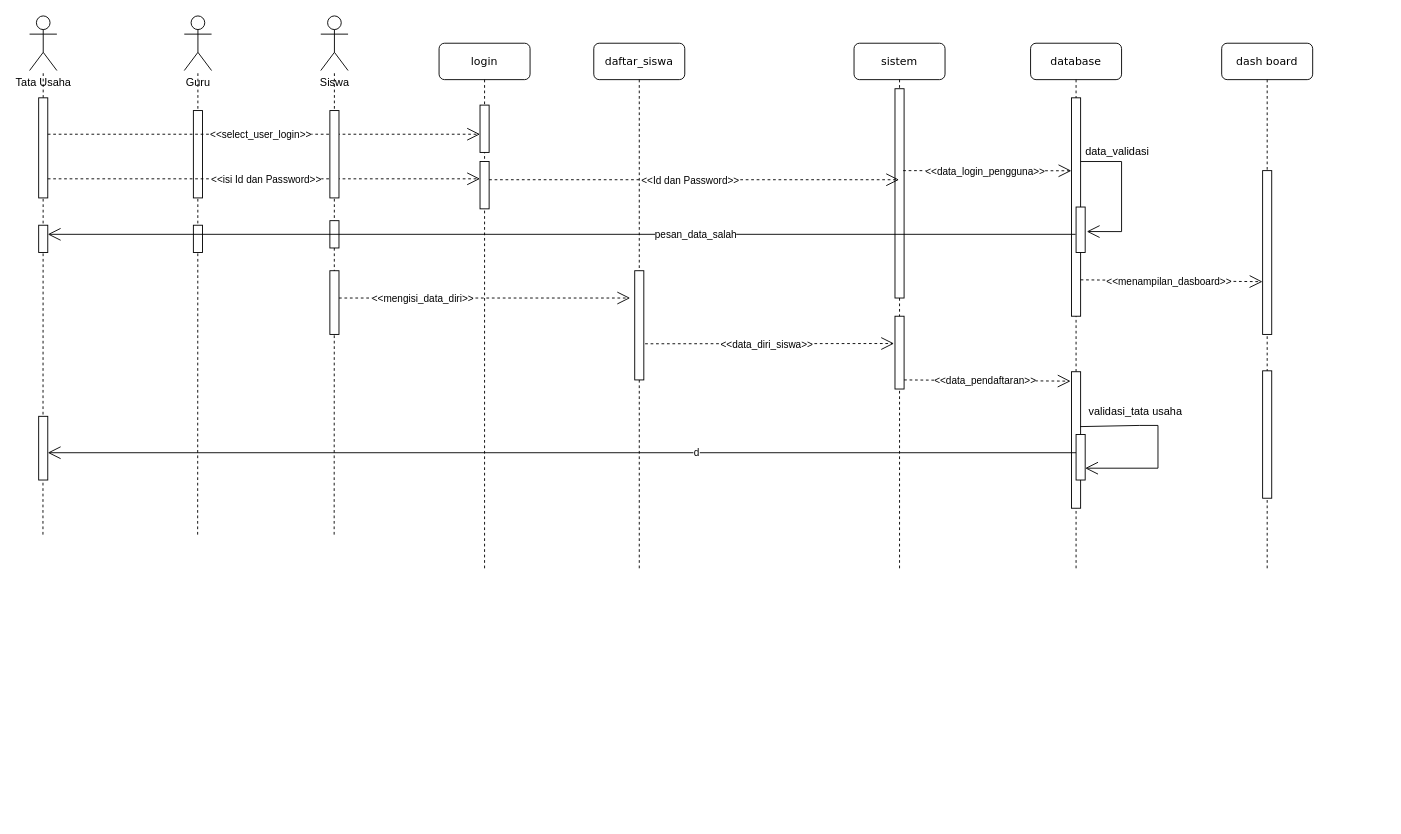
Earlier version of the draw.io diagram squence_diagram_3.drawio (orpax/Materi-Database). Source tidied: cells renumbered, new cells numbered last; positions are measured from the earlier drawing's top-left corner, leaving out a move shared by most shapes. Both pictures are drawn from the tidied source at 91%, with x=0, y=0 at pixel (29, 15).
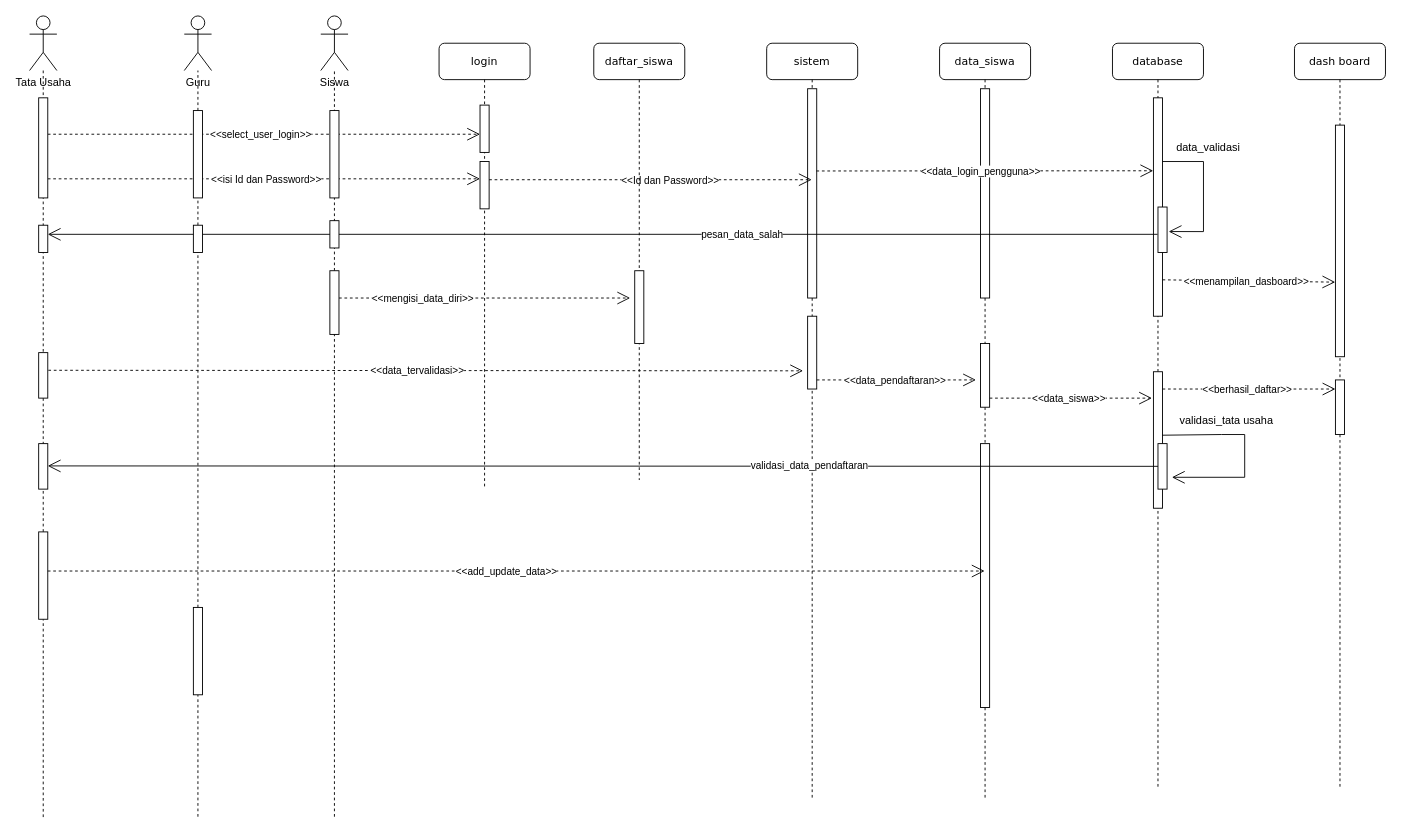
The same diagram, later.

The change refers to these unchanged cells:
```xml
<mxCell id="3" style="html=1;points=[];perimeter=orthogonalPerimeter;rounded=0;shadow=0;comic=0;labelBackgroundColor=none;strokeWidth=1;fontFamily=Verdana;fontSize=12;align=center;" parent="2" vertex="1">
  <mxGeometry x="45" y="50" width="10" height="230" as="geometry" />
</mxCell>
<mxCell id="8" style="html=1;points=[];perimeter=orthogonalPerimeter;rounded=0;shadow=0;comic=0;labelBackgroundColor=none;strokeWidth=1;fontFamily=Verdana;fontSize=12;align=center;" parent="7" vertex="1">
  <mxGeometry x="45" y="60" width="10" height="240" as="geometry" />
</mxCell>
<mxCell id="15" style="html=1;points=[];perimeter=orthogonalPerimeter;rounded=0;shadow=0;comic=0;labelBackgroundColor=none;strokeWidth=1;fontFamily=Verdana;fontSize=12;align=center;" parent="7" vertex="1">
  <mxGeometry x="45" y="361" width="10" height="150" as="geometry" />
</mxCell>
<mxCell id="40" style="endArrow=open;endSize=12;dashed=1;html=1;rounded=0;" parent="1" edge="1" target="2">
  <mxGeometry relative="1" as="geometry">
    <mxPoint x="505" y="180" as="sourcePoint" />
  </mxGeometry>
</mxCell>
```

The edit, as a diff of the source:
```diff
@@
+    <mxCell id="61" value="data_siswa" style="shape=umlLifeline;perimeter=lifelinePerimeter;whiteSpace=wrap;html=1;outlineConnect=0;rounded=1;shadow=0;comic=0;labelBackgroundColor=none;strokeWidth=1;fontFamily=Verdana;fontSize=12;align=center;" parent="1" vertex="1">
+      <mxGeometry x="1000" y="30" width="100" height="830" as="geometry" />
+    </mxCell>
+    <mxCell id="62" style="html=1;perimeter=orthogonalPerimeter;rounded=0;shadow=0;comic=0;labelBackgroundColor=none;strokeWidth=1;fontFamily=Verdana;fontSize=12;align=center;" parent="61" vertex="1">
+      <mxGeometry x="45" y="50" width="10" height="230" as="geometry" />
+    </mxCell>
+    <mxCell id="63" style="html=1;perimeter=orthogonalPerimeter;rounded=0;shadow=0;comic=0;labelBackgroundColor=none;strokeWidth=1;fontFamily=Verdana;fontSize=12;align=center;" parent="61" vertex="1">
+      <mxGeometry x="45" y="330" width="10" height="70" as="geometry" />
+    </mxCell>
+    <mxCell id="64" style="endArrow=open;endSize=12;dashed=1;html=1;rounded=0;exitX=1.144;exitY=0.669;exitDx=0;exitDy=0;exitPerimeter=0;entryX=-0.161;entryY=0.06;entryDx=0;entryDy=0;entryPerimeter=0;" parent="61" edge="1">
+      <mxGeometry relative="1" as="geometry">
+        <mxPoint x="55" y="390" as="sourcePoint" />
+        <mxPoint x="233.4" y="390" as="targetPoint" />
+      </mxGeometry>
+    </mxCell>
+    <mxCell id="65" value="&amp;lt;&amp;lt;data_siswa&amp;gt;&amp;gt;" style="edgeLabel;html=1;align=center;verticalAlign=middle;" parent="64" vertex="1">
+      <mxGeometry x="-0.02" relative="1" as="geometry">
+        <mxPoint x="-1" as="offset" />
+      </mxGeometry>
+    </mxCell>
+    <mxCell id="66" style="html=1;perimeter=orthogonalPerimeter;rounded=0;shadow=0;comic=0;labelBackgroundColor=none;strokeWidth=1;fontFamily=Verdana;fontSize=12;align=center;" parent="61" vertex="1">
+      <mxGeometry x="45" y="440" width="10" height="290" as="geometry" />
+    </mxCell>
     <mxCell id="2" value="sistem" style="shape=umlLifeline;perimeter=lifelinePerimeter;whiteSpace=wrap;html=1;outlineConnect=0;rounded=1;shadow=0;comic=0;labelBackgroundColor=none;strokeWidth=1;fontFamily=Verdana;fontSize=12;align=center;" parent="1" vertex="1">
-      <mxGeometry x="906" y="30" width="100" height="580" as="geometry" />
+      <mxGeometry x="810" y="30" width="100" height="830" as="geometry" />
     </mxCell>
@@
-    <mxCell id="5" style="endArrow=open;endSize=12;dashed=1;html=1;rounded=0;exitX=1.144;exitY=0.669;exitDx=0;exitDy=0;exitPerimeter=0;entryX=-0.106;entryY=0.069;entryDx=0;entryDy=0;entryPerimeter=0;" parent="2" edge="1" target="15">
+    <mxCell id="5" style="endArrow=open;endSize=12;dashed=1;html=1;rounded=0;exitX=1.144;exitY=0.669;exitDx=0;exitDy=0;exitPerimeter=0;" parent="2" edge="1">
       <mxGeometry relative="1" as="geometry">
         <mxPoint x="55" y="370" as="sourcePoint" />
+        <mxPoint x="230" y="370" as="targetPoint" />
       </mxGeometry>
     </mxCell>
@@
     <mxCell id="7" value="database" style="shape=umlLifeline;perimeter=lifelinePerimeter;whiteSpace=wrap;html=1;outlineConnect=0;rounded=1;shadow=0;comic=0;labelBackgroundColor=none;strokeWidth=1;fontFamily=Verdana;fontSize=12;align=center;" parent="1" vertex="1">
-      <mxGeometry x="1100" y="30" width="100" height="580" as="geometry" />
+      <mxGeometry x="1190" y="30" width="100" height="820" as="geometry" />
     </mxCell>
@@
-    <mxCell id="13" style="endArrow=open;endSize=12;dashed=1;html=1;rounded=0;entryX=-0.019;entryY=0.334;entryDx=0;entryDy=0;entryPerimeter=0;" parent="7" edge="1" target="8">
-      <mxGeometry relative="1" as="geometry">
-        <mxPoint x="-140" y="140" as="sourcePoint" />
-      </mxGeometry>
-    </mxCell>
-    <mxCell id="14" value="&amp;lt;&amp;lt;data_login_pengguna&amp;gt;&amp;gt;" style="edgeLabel;html=1;align=center;verticalAlign=middle;" parent="13" vertex="1">
-      <mxGeometry x="-0.02" relative="1" as="geometry">
-        <mxPoint x="-1" as="offset" />
-      </mxGeometry>
-    </mxCell>
@@
     <mxCell id="16" style="html=1;perimeter=orthogonalPerimeter;rounded=0;shadow=0;comic=0;labelBackgroundColor=none;strokeWidth=1;fontFamily=Verdana;fontSize=12;align=center;" parent="7" vertex="1">
-      <mxGeometry x="50" y="430" width="10" height="50" as="geometry" />
+      <mxGeometry x="50" y="440" width="10" height="50" as="geometry" />
     </mxCell>
+    <mxCell id="67" style="endArrow=open;endSize=12;dashed=1;html=1;rounded=0;exitX=1.144;exitY=0.669;exitDx=0;exitDy=0;exitPerimeter=0;" parent="7" edge="1">
+      <mxGeometry relative="1" as="geometry">
+        <mxPoint x="55" y="380" as="sourcePoint" />
+        <mxPoint x="245" y="380" as="targetPoint" />
+      </mxGeometry>
+    </mxCell>
+    <mxCell id="68" value="&amp;lt;&amp;lt;berhasil_daftar&amp;gt;&amp;gt;" style="edgeLabel;html=1;align=center;verticalAlign=middle;" parent="67" vertex="1">
+      <mxGeometry x="-0.02" relative="1" as="geometry">
+        <mxPoint x="-1" as="offset" />
+      </mxGeometry>
+    </mxCell>
     <mxCell id="17" value="login" style="shape=umlLifeline;perimeter=lifelinePerimeter;whiteSpace=wrap;html=1;outlineConnect=0;rounded=1;shadow=0;comic=0;labelBackgroundColor=none;strokeWidth=1;fontFamily=Verdana;fontSize=12;align=center;" parent="1" vertex="1">
-      <mxGeometry x="450" y="30" width="100" height="580" as="geometry" />
+      <mxGeometry x="450" y="30" width="100" height="490" as="geometry" />
     </mxCell>
@@
-    <mxCell id="21" style="group;" parent="1" vertex="1">
-      <mxGeometry width="30" height="570" as="geometry" />
-    </mxCell>
-    <mxCell id="22" style="endArrow=none;dashed=1;html=1;rounded=0;" parent="21" edge="1" target="23">
-      <mxGeometry relative="1" as="geometry">
-        <mxPoint x="14.7" y="570" as="sourcePoint" />
-      </mxGeometry>
-    </mxCell>
-    <mxCell id="23" value="Tata Usaha" style="shape=umlActor;verticalLabelPosition=bottom;verticalAlign=top;html=1;outlineConnect=0;" parent="21" vertex="1">
-      <mxGeometry width="30" height="60" as="geometry" />
-    </mxCell>
-    <mxCell id="24" style="html=1;perimeter=orthogonalPerimeter;rounded=0;shadow=0;comic=0;labelBackgroundColor=none;strokeWidth=1;fontFamily=Verdana;fontSize=12;align=center;" parent="21" vertex="1">
-      <mxGeometry x="10" y="90" width="10" height="110" as="geometry" />
-    </mxCell>
-    <mxCell id="25" style="html=1;perimeter=orthogonalPerimeter;rounded=0;shadow=0;comic=0;labelBackgroundColor=none;strokeWidth=1;fontFamily=Verdana;fontSize=12;align=center;" parent="21" vertex="1">
-      <mxGeometry x="10" y="230" width="10" height="30" as="geometry" />
-    </mxCell>
-    <mxCell id="26" style="html=1;perimeter=orthogonalPerimeter;rounded=0;shadow=0;comic=0;labelBackgroundColor=none;strokeWidth=1;fontFamily=Verdana;fontSize=12;align=center;" parent="21" vertex="1">
-      <mxGeometry x="10" y="440" width="10" height="70" as="geometry" />
-    </mxCell>
-    <mxCell id="27" style="group;" parent="1" vertex="1">
-      <mxGeometry x="170" width="30" height="570" as="geometry" />
-    </mxCell>
-    <mxCell id="28" style="endArrow=none;dashed=1;html=1;rounded=0;" parent="27" edge="1" target="29">
-      <mxGeometry relative="1" as="geometry">
-        <mxPoint x="14.7" y="570" as="sourcePoint" />
-      </mxGeometry>
-    </mxCell>
-    <mxCell id="29" value="Guru" style="shape=umlActor;verticalLabelPosition=bottom;verticalAlign=top;html=1;outlineConnect=0;" parent="27" vertex="1">
-      <mxGeometry width="30" height="60" as="geometry" />
-    </mxCell>
-    <mxCell id="30" style="html=1;perimeter=orthogonalPerimeter;rounded=0;shadow=0;comic=0;labelBackgroundColor=none;strokeWidth=1;fontFamily=Verdana;fontSize=12;align=center;" parent="27" vertex="1">
-      <mxGeometry x="10" y="104" width="10" height="96" as="geometry" />
-    </mxCell>
-    <mxCell id="31" style="html=1;perimeter=orthogonalPerimeter;rounded=0;shadow=0;comic=0;labelBackgroundColor=none;strokeWidth=1;fontFamily=Verdana;fontSize=12;align=center;" parent="27" vertex="1">
-      <mxGeometry x="10" y="230" width="10" height="30" as="geometry" />
-    </mxCell>
     <mxCell id="32" style="group;" parent="1" vertex="1">
-      <mxGeometry x="1310" y="30" width="100" height="580" as="geometry" />
+      <mxGeometry x="1390" y="30" width="100" height="820" as="geometry" />
     </mxCell>
     <mxCell id="33" value="dash board" style="shape=umlLifeline;perimeter=lifelinePerimeter;whiteSpace=wrap;html=1;rounded=1;shadow=0;comic=0;labelBackgroundColor=none;strokeWidth=1;fontFamily=Verdana;fontSize=12;align=center;" parent="32" vertex="1">
-      <mxGeometry width="100" height="580" as="geometry" />
+      <mxGeometry width="100" height="820" as="geometry" />
     </mxCell>
     <mxCell id="34" style="html=1;points=[];perimeter=orthogonalPerimeter;rounded=0;shadow=0;comic=0;labelBackgroundColor=none;strokeWidth=1;fontFamily=Verdana;fontSize=12;align=center;" parent="32" vertex="1">
-      <mxGeometry x="45" y="140" width="10" height="180" as="geometry" />
+      <mxGeometry x="45" y="90" width="10" height="254.5" as="geometry" />
     </mxCell>
     <mxCell id="35" style="html=1;perimeter=orthogonalPerimeter;rounded=0;shadow=0;comic=0;labelBackgroundColor=none;strokeWidth=1;fontFamily=Verdana;fontSize=12;align=center;" parent="32" vertex="1">
-      <mxGeometry x="45" y="360" width="10" height="140" as="geometry" />
+      <mxGeometry x="45" y="370" width="10" height="60" as="geometry" />
     </mxCell>
@@
     <mxCell id="41" value="&amp;lt;&amp;lt;Id dan Password&amp;gt;&amp;gt;" style="edgeLabel;html=1;align=center;verticalAlign=middle;" parent="40" vertex="1">
       <mxGeometry x="-0.02" relative="1" as="geometry">
-        <mxPoint x="-1" as="offset" />
+        <mxPoint x="24" as="offset" />
       </mxGeometry>
     </mxCell>
     <mxCell id="42" value="data_validasi" style="text;html=1;align=center;verticalAlign=middle;strokeColor=none;fillColor=none;" parent="1" vertex="1">
-      <mxGeometry x="1150" y="134" width="90" height="30" as="geometry" />
+      <mxGeometry x="1250" y="130" width="90" height="30" as="geometry" />
     </mxCell>
-    <mxCell id="43" style="group;" parent="1" vertex="1">
-      <mxGeometry x="320" width="30" height="570" as="geometry" />
-    </mxCell>
-    <mxCell id="44" style="endArrow=none;dashed=1;html=1;rounded=0;" parent="43" edge="1" target="45">
-      <mxGeometry relative="1" as="geometry">
-        <mxPoint x="14.7" y="570" as="sourcePoint" />
-      </mxGeometry>
-    </mxCell>
-    <mxCell id="45" value="Siswa" style="shape=umlActor;verticalLabelPosition=bottom;verticalAlign=top;html=1;outlineConnect=0;" parent="43" vertex="1">
-      <mxGeometry width="30" height="60" as="geometry" />
-    </mxCell>
-    <mxCell id="46" style="html=1;perimeter=orthogonalPerimeter;rounded=0;shadow=0;comic=0;labelBackgroundColor=none;strokeWidth=1;fontFamily=Verdana;fontSize=12;align=center;" parent="43" vertex="1">
-      <mxGeometry x="10" y="104" width="10" height="96" as="geometry" />
-    </mxCell>
-    <mxCell id="47" style="html=1;perimeter=orthogonalPerimeter;rounded=0;shadow=0;comic=0;labelBackgroundColor=none;strokeWidth=1;fontFamily=Verdana;fontSize=12;align=center;" parent="43" vertex="1">
-      <mxGeometry x="10" y="225" width="10" height="30" as="geometry" />
-    </mxCell>
-    <mxCell id="48" style="html=1;perimeter=orthogonalPerimeter;rounded=0;shadow=0;comic=0;labelBackgroundColor=none;strokeWidth=1;fontFamily=Verdana;fontSize=12;align=center;" parent="43" vertex="1">
-      <mxGeometry x="10" y="280" width="10" height="70" as="geometry" />
-    </mxCell>
@@
     <mxCell id="51" value="daftar_siswa" style="shape=umlLifeline;perimeter=lifelinePerimeter;whiteSpace=wrap;html=1;rounded=1;shadow=0;comic=0;labelBackgroundColor=none;strokeWidth=1;fontFamily=Verdana;fontSize=12;align=center;" parent="1" vertex="1">
-      <mxGeometry x="620" y="30" width="100" height="580" as="geometry" />
+      <mxGeometry x="620" y="30" width="100" height="480" as="geometry" />
     </mxCell>
     <mxCell id="52" style="html=1;points=[];perimeter=orthogonalPerimeter;rounded=0;shadow=0;comic=0;labelBackgroundColor=none;strokeWidth=1;fontFamily=Verdana;fontSize=12;align=center;" parent="51" vertex="1">
-      <mxGeometry x="45" y="250" width="10" height="120" as="geometry" />
+      <mxGeometry x="45" y="250" width="10" height="80" as="geometry" />
     </mxCell>
+    <mxCell id="59" style="endArrow=open;endFill=1;endSize=12;html=1;rounded=0;exitX=0.5;exitY=0.693;exitDx=0;exitDy=0;exitPerimeter=0;" parent="51" edge="1" source="15">
+      <mxGeometry relative="1" as="geometry">
+        <mxPoint x="-600" y="464.5" as="targetPoint" />
+      </mxGeometry>
+    </mxCell>
+    <mxCell id="69" value="validasi_data_pendaftaran" style="edgeLabel;html=1;align=center;verticalAlign=middle;" parent="59" vertex="1">
+      <mxGeometry x="-0.28" y="-1" relative="1" as="geometry">
+        <mxPoint x="55" as="offset" />
+      </mxGeometry>
+    </mxCell>
@@
-    <mxCell id="55" style="endArrow=open;endSize=12;dashed=1;html=1;rounded=0;exitX=1.144;exitY=0.669;exitDx=0;exitDy=0;exitPerimeter=0;" parent="1" edge="1" source="52">
+    <mxCell id="55" style="endArrow=open;endSize=12;dashed=1;html=1;rounded=0;exitX=1.061;exitY=0.388;exitDx=0;exitDy=0;exitPerimeter=0;" parent="1" edge="1" source="70">
       <mxGeometry relative="1" as="geometry">
-        <mxPoint x="950" y="360" as="targetPoint" />
+        <mxPoint x="850" y="390" as="targetPoint" />
       </mxGeometry>
     </mxCell>
-    <mxCell id="56" value="&amp;lt;&amp;lt;data_diri_siswa&amp;gt;&amp;gt;" style="edgeLabel;html=1;align=center;verticalAlign=middle;" parent="55" vertex="1">
+    <mxCell id="56" value="&amp;lt;&amp;lt;data_tervalidasi&amp;gt;&amp;gt;" style="edgeLabel;html=1;align=center;verticalAlign=middle;" parent="55" vertex="1">
       <mxGeometry x="-0.02" relative="1" as="geometry">
         <mxPoint x="-1" as="offset" />
       </mxGeometry>
     </mxCell>
     <mxCell id="57" value="validasi_tata usaha" style="text;html=1;align=center;verticalAlign=middle;strokeColor=none;fillColor=none;" parent="1" vertex="1">
-      <mxGeometry x="1150" y="420" width="130" height="30" as="geometry" />
+      <mxGeometry x="1250" y="430" width="130" height="30" as="geometry" />
     </mxCell>
-    <mxCell id="58" style="endArrow=open;endFill=1;endSize=12;html=1;rounded=0;exitX=0.962;exitY=0.402;exitDx=0;exitDy=0;exitPerimeter=0;" parent="1" edge="1" source="15">
+    <mxCell id="58" style="endArrow=open;endFill=1;endSize=12;html=1;rounded=0;exitX=0.95;exitY=0.465;exitDx=0;exitDy=0;exitPerimeter=0;" parent="1" edge="1" source="15">
       <mxGeometry relative="1" as="geometry">
-        <mxPoint x="1160" y="497" as="targetPoint" />
+        <mxPoint x="1255.3" y="507" as="targetPoint" />
         <Array as="points">
-          <mxPoint x="1220" y="450" />
-          <mxPoint x="1240" y="450" />
-          <mxPoint x="1240" y="497" />
+          <mxPoint x="1310" y="460" />
+          <mxPoint x="1335.3" y="460" />
+          <mxPoint x="1335.3" y="507" />
         </Array>
       </mxGeometry>
     </mxCell>
-    <mxCell id="59" style="endArrow=open;endFill=1;endSize=12;html=1;rounded=0;" parent="1" edge="1">
-      <mxGeometry relative="1" as="geometry">
-        <mxPoint x="1150" y="480" as="sourcePoint" />
-        <mxPoint x="20" y="480" as="targetPoint" />
-      </mxGeometry>
-    </mxCell>
-    <mxCell id="60" value="d" style="edgeLabel;html=1;align=center;verticalAlign=middle;" parent="59" vertex="1">
-      <mxGeometry x="-0.13" y="-3" relative="1" as="geometry">
-        <mxPoint x="74" y="2" as="offset" />
-      </mxGeometry>
-    </mxCell>
+    <mxCell id="13" style="endArrow=open;endSize=12;dashed=1;html=1;rounded=0;entryX=-0.019;entryY=0.334;entryDx=0;entryDy=0;entryPerimeter=0;exitX=0.967;exitY=0.393;exitDx=0;exitDy=0;exitPerimeter=0;" parent="1" edge="1" source="3" target="8">
+      <mxGeometry relative="1" as="geometry" />
+    </mxCell>
+    <mxCell id="14" value="&amp;lt;&amp;lt;data_login_pengguna&amp;gt;&amp;gt;" style="edgeLabel;html=1;align=center;verticalAlign=middle;" parent="13" vertex="1">
+      <mxGeometry x="-0.02" relative="1" as="geometry">
+        <mxPoint x="-1" as="offset" />
+      </mxGeometry>
+    </mxCell>
+    <mxCell id="22" style="endArrow=none;dashed=1;html=1;rounded=0;" parent="1" edge="1" source="72" target="23">
+      <mxGeometry relative="1" as="geometry" />
+    </mxCell>
+    <mxCell id="23" value="Tata Usaha" style="shape=umlActor;verticalLabelPosition=bottom;verticalAlign=top;html=1;outlineConnect=0;" parent="1" vertex="1">
+      <mxGeometry width="30" height="60" as="geometry" />
+    </mxCell>
+    <mxCell id="24" style="html=1;perimeter=orthogonalPerimeter;rounded=0;shadow=0;comic=0;labelBackgroundColor=none;strokeWidth=1;fontFamily=Verdana;fontSize=12;align=center;" parent="1" vertex="1">
+      <mxGeometry x="10" y="90" width="10" height="110" as="geometry" />
+    </mxCell>
+    <mxCell id="25" style="html=1;perimeter=orthogonalPerimeter;rounded=0;shadow=0;comic=0;labelBackgroundColor=none;strokeWidth=1;fontFamily=Verdana;fontSize=12;align=center;" parent="1" vertex="1">
+      <mxGeometry x="10" y="230" width="10" height="30" as="geometry" />
+    </mxCell>
+    <mxCell id="26" style="html=1;perimeter=orthogonalPerimeter;rounded=0;shadow=0;comic=0;labelBackgroundColor=none;strokeWidth=1;fontFamily=Verdana;fontSize=12;align=center;" parent="1" vertex="1">
+      <mxGeometry x="10" y="470" width="10" height="50" as="geometry" />
+    </mxCell>
+    <mxCell id="70" style="html=1;points=[];perimeter=orthogonalPerimeter;rounded=0;shadow=0;comic=0;labelBackgroundColor=none;strokeWidth=1;fontFamily=Verdana;fontSize=12;align=center;" parent="1" vertex="1">
+      <mxGeometry x="10" y="370" width="10" height="50" as="geometry" />
+    </mxCell>
+    <mxCell id="28" style="endArrow=none;dashed=1;html=1;rounded=0;" parent="1" edge="1" source="74" target="29">
+      <mxGeometry relative="1" as="geometry" />
+    </mxCell>
+    <mxCell id="29" value="Guru" style="shape=umlActor;verticalLabelPosition=bottom;verticalAlign=top;html=1;outlineConnect=0;" parent="1" vertex="1">
+      <mxGeometry x="170" width="30" height="60" as="geometry" />
+    </mxCell>
+    <mxCell id="30" style="html=1;perimeter=orthogonalPerimeter;rounded=0;shadow=0;comic=0;labelBackgroundColor=none;strokeWidth=1;fontFamily=Verdana;fontSize=12;align=center;" parent="1" vertex="1">
+      <mxGeometry x="180" y="104" width="10" height="96" as="geometry" />
+    </mxCell>
+    <mxCell id="31" style="html=1;perimeter=orthogonalPerimeter;rounded=0;shadow=0;comic=0;labelBackgroundColor=none;strokeWidth=1;fontFamily=Verdana;fontSize=12;align=center;" parent="1" vertex="1">
+      <mxGeometry x="180" y="230" width="10" height="30" as="geometry" />
+    </mxCell>
+    <mxCell id="44" style="endArrow=none;dashed=1;html=1;rounded=0;" parent="1" edge="1" target="45">
+      <mxGeometry relative="1" as="geometry">
+        <mxPoint x="335" y="880" as="sourcePoint" />
+      </mxGeometry>
+    </mxCell>
+    <mxCell id="45" value="Siswa" style="shape=umlActor;verticalLabelPosition=bottom;verticalAlign=top;html=1;outlineConnect=0;" parent="1" vertex="1">
+      <mxGeometry x="320" width="30" height="60" as="geometry" />
+    </mxCell>
+    <mxCell id="46" style="html=1;perimeter=orthogonalPerimeter;rounded=0;shadow=0;comic=0;labelBackgroundColor=none;strokeWidth=1;fontFamily=Verdana;fontSize=12;align=center;" parent="1" vertex="1">
+      <mxGeometry x="330" y="104" width="10" height="96" as="geometry" />
+    </mxCell>
+    <mxCell id="47" style="html=1;perimeter=orthogonalPerimeter;rounded=0;shadow=0;comic=0;labelBackgroundColor=none;strokeWidth=1;fontFamily=Verdana;fontSize=12;align=center;" parent="1" vertex="1">
+      <mxGeometry x="330" y="225" width="10" height="30" as="geometry" />
+    </mxCell>
+    <mxCell id="48" style="html=1;perimeter=orthogonalPerimeter;rounded=0;shadow=0;comic=0;labelBackgroundColor=none;strokeWidth=1;fontFamily=Verdana;fontSize=12;align=center;" parent="1" vertex="1">
+      <mxGeometry x="330" y="280" width="10" height="70" as="geometry" />
+    </mxCell>
+    <mxCell id="71" style="endArrow=none;dashed=1;html=1;rounded=0;" parent="1" edge="1" target="72">
+      <mxGeometry relative="1" as="geometry">
+        <mxPoint x="15" y="880.4" as="sourcePoint" />
+      </mxGeometry>
+    </mxCell>
+    <mxCell id="72" style="html=1;points=[];perimeter=orthogonalPerimeter;rounded=0;shadow=0;comic=0;labelBackgroundColor=none;strokeWidth=1;fontFamily=Verdana;fontSize=12;align=center;" parent="1" vertex="1">
+      <mxGeometry x="10" y="567" width="10" height="96" as="geometry" />
+    </mxCell>
+    <mxCell id="73" style="endArrow=none;dashed=1;html=1;rounded=0;" parent="1" edge="1" target="74">
+      <mxGeometry relative="1" as="geometry">
+        <mxPoint x="185" y="880" as="sourcePoint" />
+      </mxGeometry>
+    </mxCell>
+    <mxCell id="74" style="html=1;points=[];perimeter=orthogonalPerimeter;rounded=0;shadow=0;comic=0;labelBackgroundColor=none;strokeWidth=1;fontFamily=Verdana;fontSize=12;align=center;" parent="1" vertex="1">
+      <mxGeometry x="180" y="650" width="10" height="96" as="geometry" />
+    </mxCell>
+    <mxCell id="75" style="endArrow=open;endSize=12;dashed=1;html=1;rounded=0;exitX=1.061;exitY=0.388;exitDx=0;exitDy=0;exitPerimeter=0;" parent="1" edge="1" target="61">
+      <mxGeometry relative="1" as="geometry">
+        <mxPoint x="20" y="610" as="sourcePoint" />
+      </mxGeometry>
+    </mxCell>
+    <mxCell id="76" value="&amp;lt;&amp;lt;add_update_data&amp;gt;&amp;gt;" style="edgeLabel;html=1;align=center;verticalAlign=middle;" parent="75" vertex="1">
+      <mxGeometry x="-0.02" relative="1" as="geometry">
+        <mxPoint x="-1" as="offset" />
+      </mxGeometry>
+    </mxCell>
```
